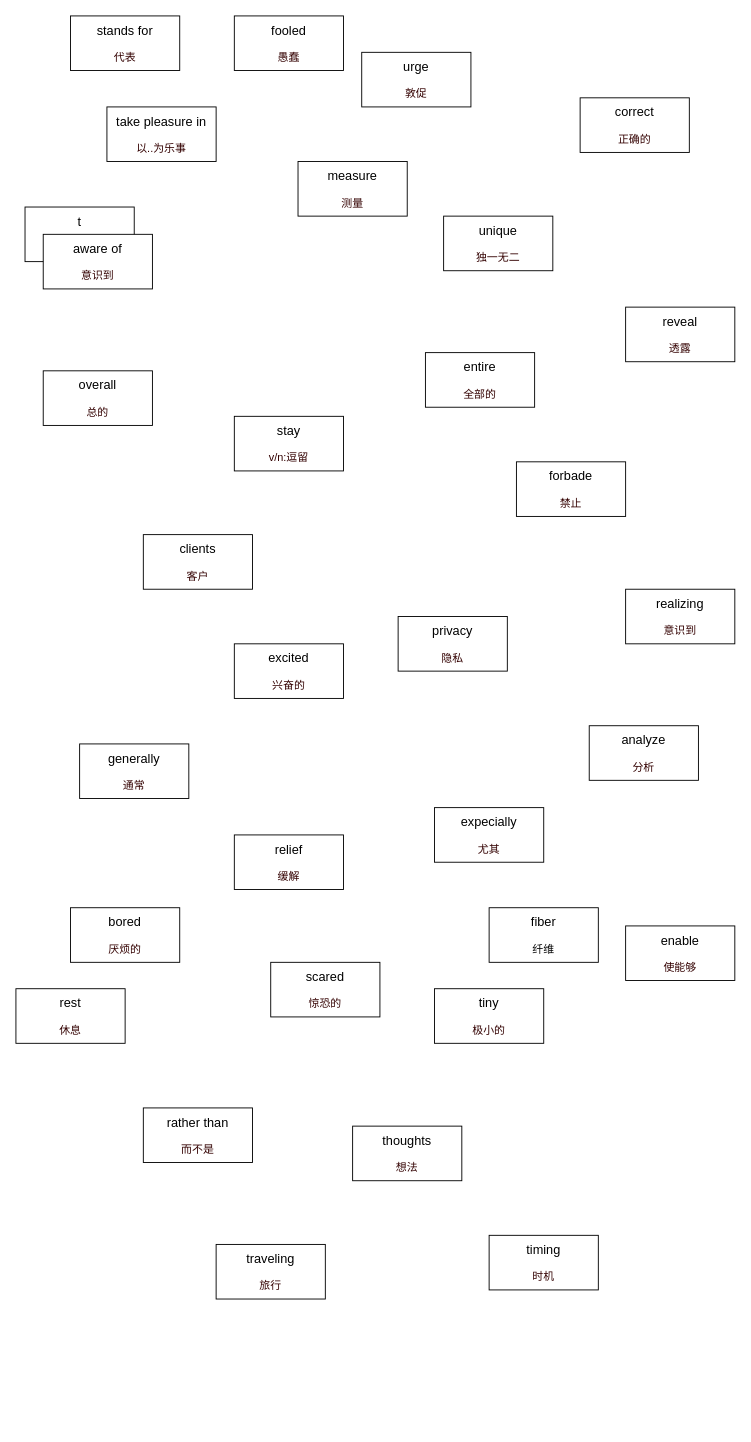
Above: ocean.drawio in banBlue/drawio (draw.io), before the change. Source tidied: cells renumbered, new cells numbered last; positions are measured from the earlier drawing's top-left corner, leaving out a move shared by most shapes. Both pictures are drawn from the tidied source at 91%, with x=0, y=0 at pixel (15, 15).
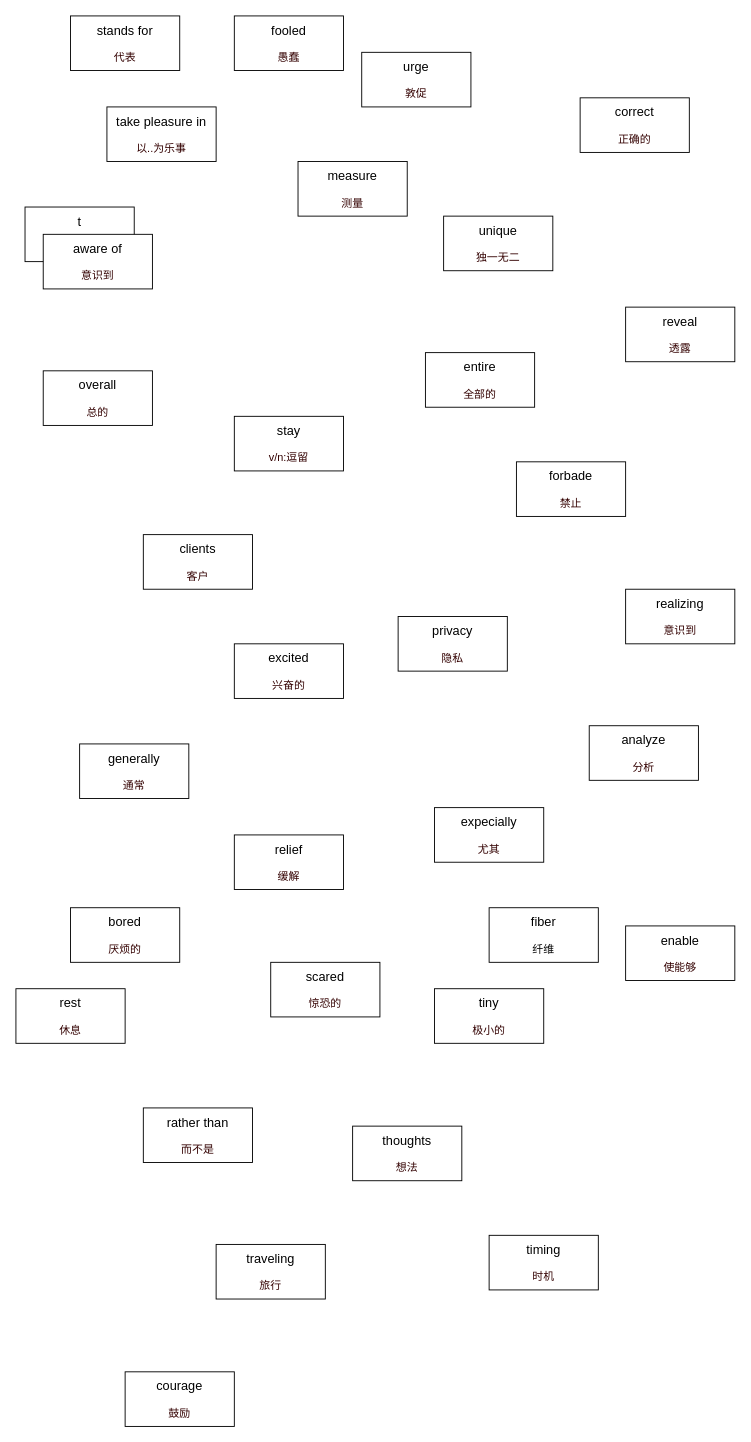
After the change.

The edit, as a diff of the source:
```diff
@@
+    <mxCell id="34" value="&lt;font style=&quot;font-size: 14px&quot;&gt;courage&lt;br&gt;&lt;/font&gt;&lt;br&gt;&lt;font color=&quot;#330000&quot;&gt;鼓励&lt;/font&gt;" style="rounded=0;whiteSpace=wrap;html=1;" parent="1" vertex="1">
+      <mxGeometry x="120" y="1490" width="120" height="60" as="geometry" />
+    </mxCell>
```
